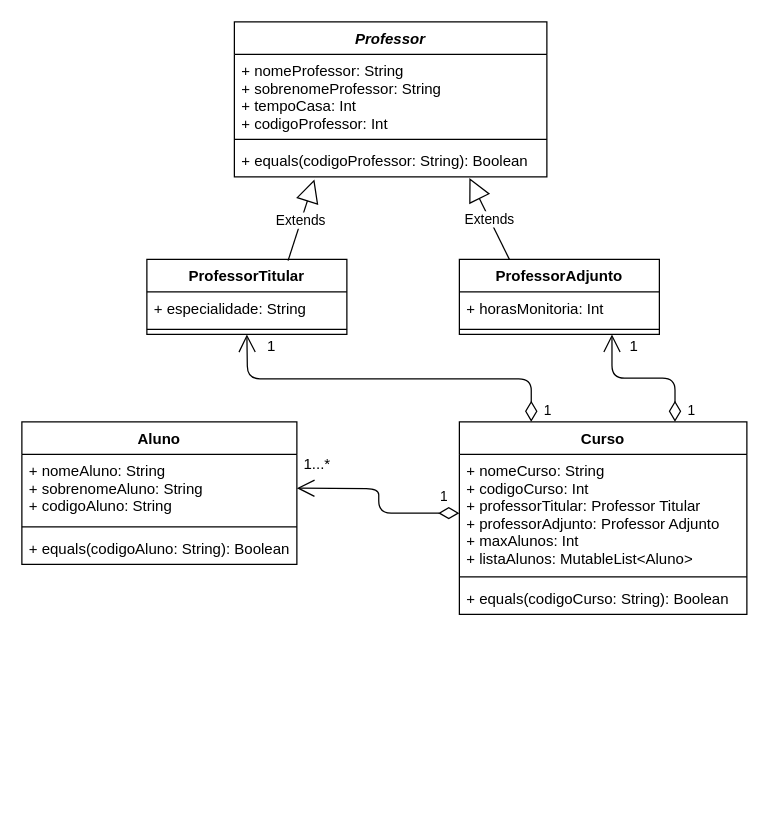
This is DesafioKotlin_UML.drawio from marina-saito/DH_Desafio_Kotlin, a draw.io file, before an edit. Source tidied: cells renumbered, new cells numbered last; positions are measured from the earlier drawing's top-left corner, leaving out a move shared by most shapes. Both pictures are drawn from the tidied source at 125%, with x=0, y=0 at pixel (21, 21).
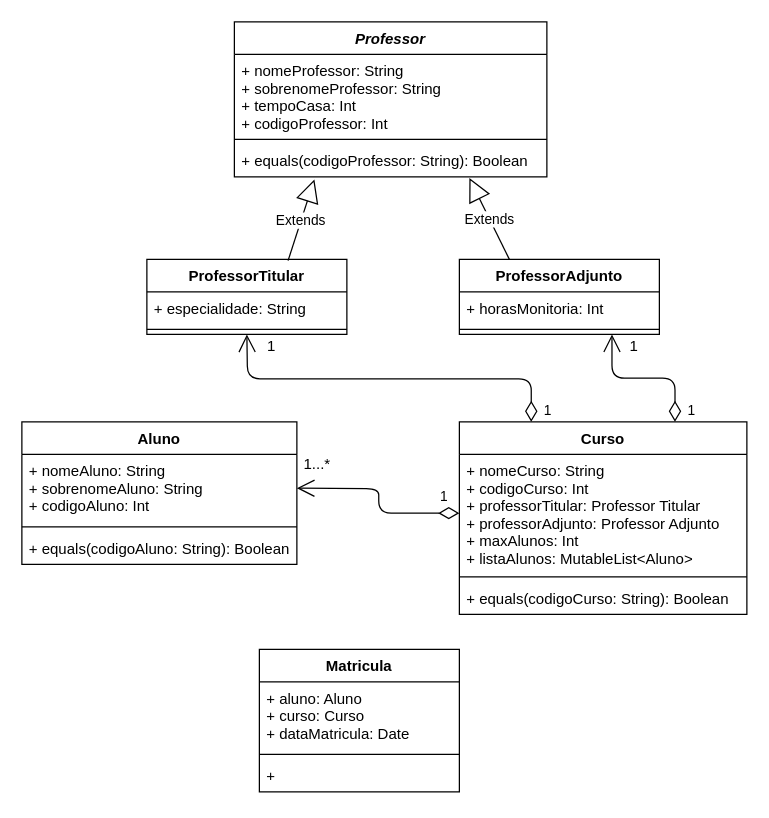
The same diagram, later.

Commit message (it also covers changes not shown here):
Parte F - Criação da classe Matricula

Unchanged cells that the change refers to:
```xml
<mxCell id="18" value="Aluno" style="swimlane;fontStyle=1;align=center;verticalAlign=top;horizontal=1;startSize=26;" parent="1" vertex="1">
  <mxGeometry y="320" width="220" height="114" as="geometry" />
</mxCell>
```

Change to the diagram source:
```diff
@@
-    <mxCell id="19" value="+ nomeAluno: String&#10;+ sobrenomeAluno: String&#10;+ codigoAluno: String" style="text;strokeColor=none;fillColor=none;align=left;verticalAlign=top;spacingLeft=4;spacingRight=4;overflow=hidden;" parent="18" vertex="1">
+    <mxCell id="19" value="+ nomeAluno: String&#10;+ sobrenomeAluno: String&#10;+ codigoAluno: Int" style="text;strokeColor=none;fillColor=none;align=left;verticalAlign=top;spacingLeft=4;spacingRight=4;overflow=hidden;" parent="18" vertex="1">
       <mxGeometry y="26" width="220" height="54" as="geometry" />
     </mxCell>
@@
+    <mxCell id="28" value="Matricula" style="swimlane;fontStyle=1;align=center;verticalAlign=top;horizontal=1;startSize=26;" parent="1" vertex="1">
+      <mxGeometry x="190" y="502" width="160" height="114" as="geometry" />
+    </mxCell>
+    <mxCell id="29" value="+ aluno: Aluno&#10;+ curso: Curso&#10;+ dataMatricula: Date" style="text;strokeColor=none;fillColor=none;align=left;verticalAlign=top;spacingLeft=4;spacingRight=4;overflow=hidden;" parent="28" vertex="1">
+      <mxGeometry y="26" width="160" height="54" as="geometry" />
+    </mxCell>
+    <mxCell id="30" style="line;strokeWidth=1;fillColor=none;align=left;verticalAlign=middle;spacingTop=-1;spacingLeft=3;spacingRight=3;labelPosition=right;" parent="28" vertex="1">
+      <mxGeometry y="80" width="160" height="8" as="geometry" />
+    </mxCell>
+    <mxCell id="31" value="+" style="text;strokeColor=none;fillColor=none;align=left;verticalAlign=top;spacingLeft=4;spacingRight=4;overflow=hidden;" parent="28" vertex="1">
+      <mxGeometry y="88" width="160" height="26" as="geometry" />
+    </mxCell>
```
